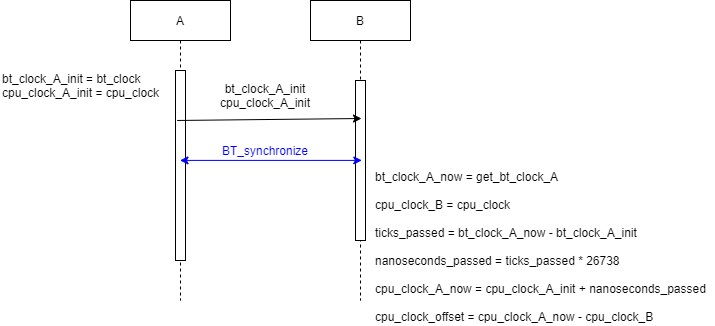
Above: bt_sync/bt_sync.png in Erolf345/Smart-Environment (draw.io), before the change. Source tidied: cells renumbered, new cells last; positions are measured from the earlier drawing's top-left corner, leaving out a move shared by most shapes.
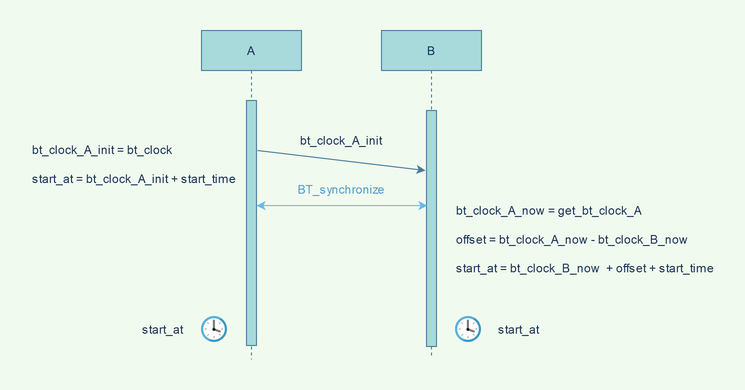
After the commit.

Commit message:
updated sync protocol

graphic resembles the improved protocol now

Diff of the diagram source:
```diff
@@ -1,38 +1,51 @@
-<mxGraphModel>
+<mxGraphModel background="#F1FAEE">
   <root>
     <mxCell id="0" />
     <mxCell id="1" parent="0" />
-    <mxCell id="2" value="A" style="shape=umlLifeline;perimeter=lifelinePerimeter;rounded=0;shadow=0;strokeWidth=1;" parent="1" vertex="1">
-      <mxGeometry x="130" width="100" height="300" as="geometry" />
+    <mxCell id="2" value="A" style="shape=umlLifeline;perimeter=lifelinePerimeter;rounded=0;shadow=0;strokeWidth=1;fillColor=#A8DADC;strokeColor=#457B9D;fontColor=#1D3557;" parent="1" vertex="1">
+      <mxGeometry x="144" width="100" height="329" as="geometry" />
     </mxCell>
-    <mxCell id="3" style="points=[];perimeter=orthogonalPerimeter;rounded=0;shadow=0;strokeWidth=1;" parent="2" vertex="1">
-      <mxGeometry x="45" y="70" width="10" height="190" as="geometry" />
+    <mxCell id="3" style="points=[];perimeter=orthogonalPerimeter;rounded=0;shadow=0;strokeWidth=1;fillColor=#A8DADC;strokeColor=#457B9D;fontColor=#1D3557;" parent="2" vertex="1">
+      <mxGeometry x="45" y="70" width="10" height="245" as="geometry" />
     </mxCell>
-    <mxCell id="4" value="B" style="shape=umlLifeline;perimeter=lifelinePerimeter;rounded=0;shadow=0;strokeWidth=1;" parent="1" vertex="1">
-      <mxGeometry x="310" width="100" height="300" as="geometry" />
+    <mxCell id="4" value="B" style="shape=umlLifeline;perimeter=lifelinePerimeter;rounded=0;shadow=0;strokeWidth=1;fillColor=#A8DADC;strokeColor=#457B9D;fontColor=#1D3557;" parent="1" vertex="1">
+      <mxGeometry x="324" width="100" height="328" as="geometry" />
     </mxCell>
-    <mxCell id="5" style="points=[];perimeter=orthogonalPerimeter;rounded=0;shadow=0;strokeWidth=1;" parent="4" vertex="1">
-      <mxGeometry x="45" y="80" width="10" height="160" as="geometry" />
+    <mxCell id="5" style="points=[];perimeter=orthogonalPerimeter;rounded=0;shadow=0;strokeWidth=1;fillColor=#A8DADC;strokeColor=#457B9D;fontColor=#1D3557;" parent="4" vertex="1">
+      <mxGeometry x="45" y="80" width="10" height="236" as="geometry" />
     </mxCell>
-    <mxCell id="6" value="bt_clock_A_init = bt_clock&lt;br&gt;cpu_clock_A_init = cpu_clock" style="text;html=1;strokeColor=none;fillColor=none;align=left;verticalAlign=middle;whiteSpace=wrap;rounded=0;" parent="1" vertex="1">
-      <mxGeometry y="60" width="170" height="50" as="geometry" />
+    <mxCell id="6" value="&lt;div&gt;bt_clock_A_init = bt_clock&lt;/div&gt;&lt;div&gt;&lt;br&gt;&lt;/div&gt;&lt;div&gt;start_at = bt_clock_A_init + start_time&lt;br&gt;&lt;/div&gt;" style="text;html=1;strokeColor=none;fillColor=none;align=left;verticalAlign=middle;whiteSpace=wrap;rounded=0;fontColor=#1D3557;" parent="1" vertex="1">
+      <mxGeometry x="-27" y="109" width="235" height="50" as="geometry" />
     </mxCell>
-    <mxCell id="7" style="endArrow=classic;html=1;exitX=0.167;exitY=0.263;exitDx=0;exitDy=0;exitPerimeter=0;" parent="1" edge="1" source="3">
+    <mxCell id="7" style="endArrow=classic;html=1;labelBackgroundColor=#F1FAEE;strokeColor=#457B9D;fontColor=#1D3557;" parent="1" edge="1">
       <mxGeometry relative="1" as="geometry">
-        <mxPoint x="361" y="118" as="targetPoint" />
+        <mxPoint x="200" y="120" as="sourcePoint" />
+        <mxPoint x="368" y="140" as="targetPoint" />
       </mxGeometry>
     </mxCell>
-    <mxCell id="8" value="bt_clock_A_init&lt;br&gt;cpu_clock_A_init" style="text;html=1;strokeColor=none;fillColor=none;align=center;verticalAlign=middle;whiteSpace=wrap;rounded=0;" parent="1" vertex="1">
-      <mxGeometry x="210" y="70" width="110" height="50" as="geometry" />
+    <mxCell id="8" value="bt_clock_A_init" style="text;html=1;strokeColor=none;fillColor=none;align=center;verticalAlign=middle;whiteSpace=wrap;rounded=0;fontColor=#1D3557;" parent="1" vertex="1">
+      <mxGeometry x="229" y="85" width="110" height="50" as="geometry" />
     </mxCell>
-    <mxCell id="9" style="endArrow=classic;startArrow=classic;html=1;entryX=0.513;entryY=0.533;entryDx=0;entryDy=0;entryPerimeter=0;fillColor=#dae8fc;strokeColor=#0000FF;" parent="1" edge="1" source="2" target="4">
+    <mxCell id="9" style="endArrow=classic;startArrow=classic;html=1;fillColor=#A8DADC;labelBackgroundColor=#F1FAEE;fontColor=#1D3557;entryX=0.1;entryY=0.403;entryDx=0;entryDy=0;entryPerimeter=0;strokeColor=#68BAED;" parent="1" edge="1" source="3" target="5">
       <mxGeometry relative="1" as="geometry" />
     </mxCell>
-    <mxCell id="10" value="&lt;font color=&quot;#0000ff&quot;&gt;BT_synchronize&lt;/font&gt;" style="text;html=1;align=center;verticalAlign=middle;whiteSpace=wrap;rounded=0;" parent="1" vertex="1">
-      <mxGeometry x="190" y="140" width="150" height="20" as="geometry" />
+    <mxCell id="10" value="&lt;font color=&quot;#589EC9&quot;&gt;BT_synchronize&lt;/font&gt;" style="text;html=1;align=center;verticalAlign=middle;whiteSpace=wrap;rounded=0;fontColor=#1D3557;" parent="1" vertex="1">
+      <mxGeometry x="209" y="149" width="150" height="20" as="geometry" />
     </mxCell>
-    <mxCell id="11" value="bt_clock_A_now = get_bt_clock_A&lt;br&gt;&lt;br&gt;cpu_clock_B = cpu_clock&lt;br&gt;&lt;br&gt;ticks_passed = bt_clock_A_now - bt_clock_A_init&lt;br&gt;&lt;br&gt;nanoseconds_passed = ticks_passed * 26738&lt;br&gt;&lt;br&gt;cpu_clock_A_now = cpu_clock_A_init + nanoseconds_passed&lt;br&gt;&lt;br&gt;cpu_clock_offset = cpu_clock_A_now - cpu_clock_B" style="text;html=1;align=left;verticalAlign=middle;" parent="1" vertex="1">
-      <mxGeometry x="373" y="167" width="341" height="158" as="geometry" />
+    <mxCell id="11" value="bt_clock_A_now = get_bt_clock_A&lt;br&gt;&lt;br&gt;offset = bt_clock_A_now - bt_clock_B_now&lt;br&gt;&lt;div&gt;&lt;br&gt;&lt;/div&gt;&lt;div&gt;start_at = bt_clock_B_now&amp;nbsp; +&amp;nbsp;offset + start_time&lt;br&gt;&lt;/div&gt;" style="text;html=1;align=left;verticalAlign=middle;fontColor=#1D3557;" parent="1" vertex="1">
+      <mxGeometry x="397" y="172" width="260" height="74" as="geometry" />
     </mxCell>
+    <mxCell id="12" style="html=1;align=center;image;fontSize=12;image=img/lib/mscae/Clock.svg;rounded=0;sketch=0;strokeColor=#457B9D;fillColor=#A8DADC;" parent="1" vertex="1">
+      <mxGeometry x="144" y="286" width="26" height="26" as="geometry" />
+    </mxCell>
+    <mxCell id="13" style="html=1;align=center;image;fontSize=12;image=img/lib/mscae/Clock.svg;rounded=0;sketch=0;strokeColor=#457B9D;fillColor=#A8DADC;" parent="1" vertex="1">
+      <mxGeometry x="398" y="286" width="26" height="26" as="geometry" />
+    </mxCell>
+    <mxCell id="14" value="start_at" style="text;html=1;strokeColor=none;fillColor=none;align=left;verticalAlign=middle;whiteSpace=wrap;rounded=0;fontColor=#1D3557;" parent="1" vertex="1">
+      <mxGeometry x="83" y="281" width="77.5" height="36" as="geometry" />
+    </mxCell>
+    <mxCell id="15" value="start_at" style="text;html=1;strokeColor=none;fillColor=none;align=left;verticalAlign=middle;whiteSpace=wrap;rounded=0;fontColor=#1D3557;" parent="1" vertex="1">
+      <mxGeometry x="439" y="281" width="77.5" height="36" as="geometry" />
+    </mxCell>
   </root>
 </mxGraphModel>
```
